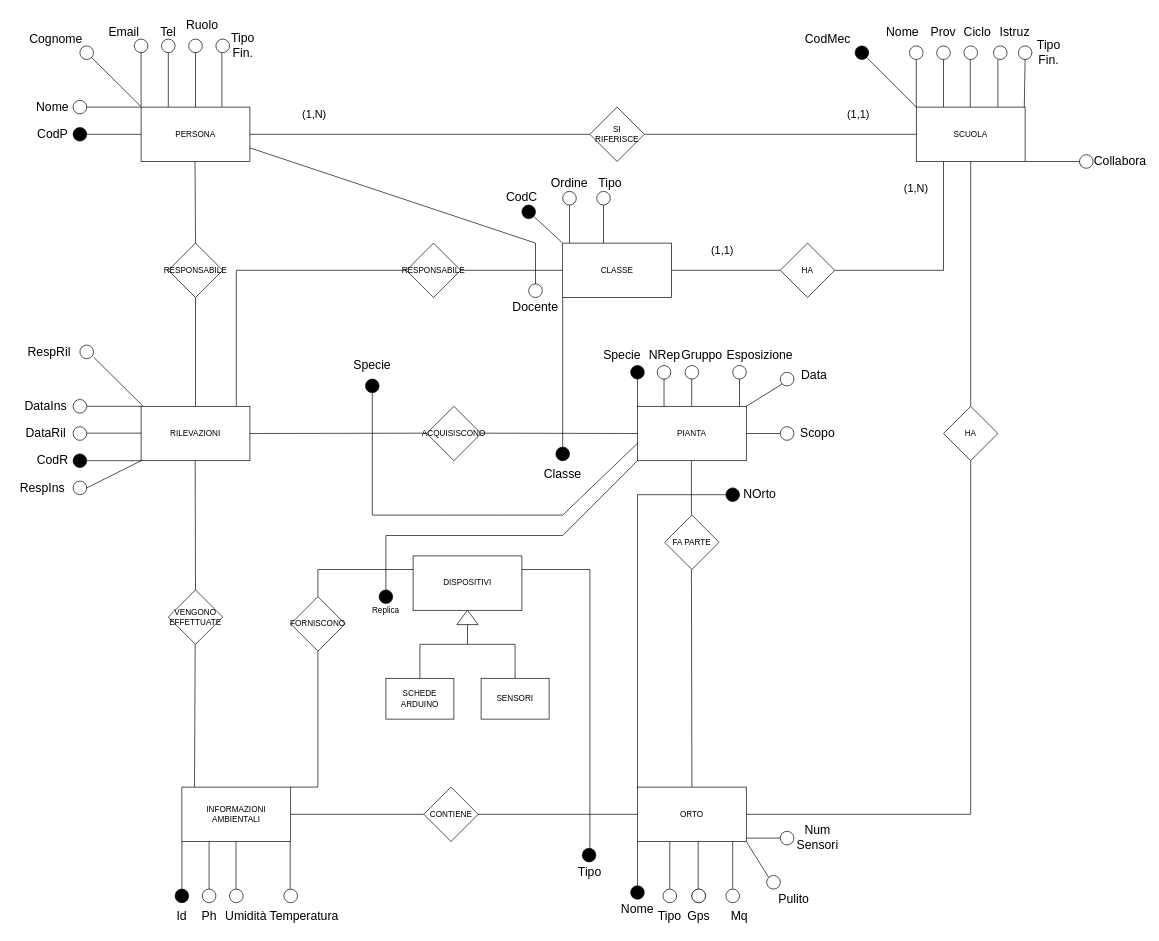
Above: BD_ER_2023.drawio in pizzo-kyle/unige (draw.io), before the change. Source tidied: cells renumbered, new cells numbered last; positions are measured from the earlier drawing's top-left corner, leaving out a move shared by most shapes. Both pictures are drawn from the tidied source at 68%, with x=0, y=0 at pixel (12, 12).
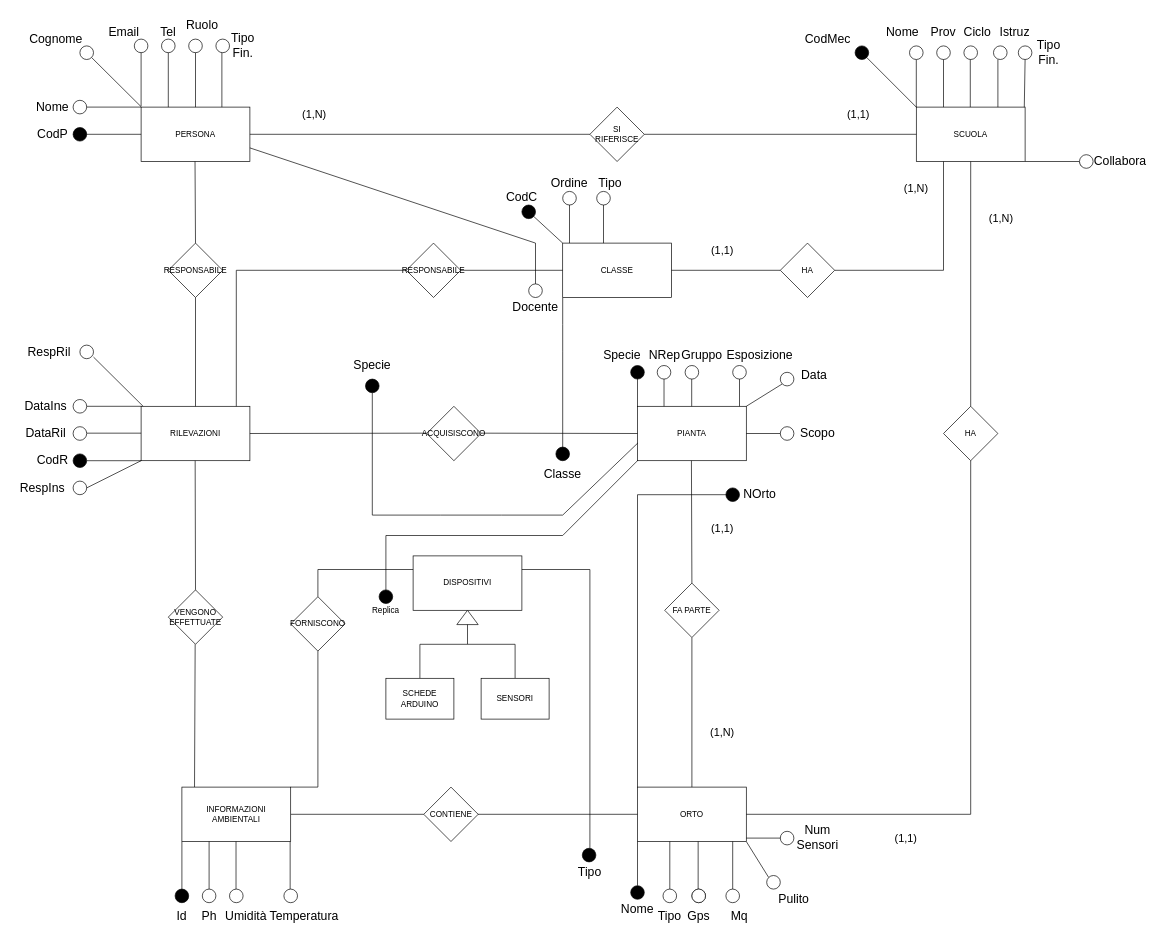
The same diagram, later.

The change refers to these unchanged cells:
```xml
<mxCell id="8" value="ORTO" style="rounded=0;whiteSpace=wrap;html=1;" parent="1" vertex="1">
  <mxGeometry x="920" y="1140" width="160" height="80" as="geometry" />
</mxCell>
```

The edit, as a diff of the source:
```diff
@@
-    <mxCell id="15" value="FA PARTE" style="rhombus;whiteSpace=wrap;html=1;" parent="1" vertex="1">
-      <mxGeometry x="960" y="740" width="80" height="80" as="geometry" />
-    </mxCell>
@@
-    <mxCell id="29" style="endArrow=none;html=1;rounded=0;exitX=0.5;exitY=0;exitDx=0;exitDy=0;entryX=0.5;entryY=1;entryDx=0;entryDy=0;" parent="1" edge="1">
+    <mxCell id="29" style="endArrow=none;html=1;rounded=0;exitX=0.5;exitY=0;exitDx=0;exitDy=0;entryX=0.5;entryY=1;entryDx=0;entryDy=0;" parent="1" edge="1" source="15">
       <mxGeometry relative="1" as="geometry">
-        <mxPoint x="999.3" y="740" as="sourcePoint" />
         <mxPoint x="999.3" y="660" as="targetPoint" />
       </mxGeometry>
     </mxCell>
-    <mxCell id="30" style="endArrow=none;html=1;rounded=0;entryX=0.5;entryY=1;entryDx=0;entryDy=0;exitX=0.5;exitY=0;exitDx=0;exitDy=0;" parent="1" edge="1" source="8">
-      <mxGeometry relative="1" as="geometry">
-        <mxPoint x="999.3" y="820" as="targetPoint" />
-      </mxGeometry>
-    </mxCell>
@@
+    <mxCell id="190" value="&lt;font style=&quot;font-size: 16px;&quot;&gt;(1,N)&lt;/font&gt;" style="text;html=1;strokeColor=none;fillColor=none;align=center;verticalAlign=middle;whiteSpace=wrap;rounded=0;" parent="1" vertex="1">
+      <mxGeometry x="1420" y="284" width="70" height="40" as="geometry" />
+    </mxCell>
+    <mxCell id="191" value="&lt;font style=&quot;font-size: 16px;&quot;&gt;(1,1)&lt;/font&gt;" style="text;html=1;strokeColor=none;fillColor=none;align=center;verticalAlign=middle;whiteSpace=wrap;rounded=0;" parent="1" vertex="1">
+      <mxGeometry x="1280" y="1195" width="70" height="40" as="geometry" />
+    </mxCell>
+    <mxCell id="192" value="&lt;font style=&quot;font-size: 16px;&quot;&gt;(1,N)&lt;/font&gt;" style="text;html=1;strokeColor=none;fillColor=none;align=center;verticalAlign=middle;whiteSpace=wrap;rounded=0;" parent="1" vertex="1">
+      <mxGeometry x="1010" y="1040" width="70" height="40" as="geometry" />
+    </mxCell>
+    <mxCell id="193" value="&lt;font style=&quot;font-size: 16px;&quot;&gt;(1,1)&lt;/font&gt;" style="text;html=1;strokeColor=none;fillColor=none;align=center;verticalAlign=middle;whiteSpace=wrap;rounded=0;" parent="1" vertex="1">
+      <mxGeometry x="1010" y="740" width="70" height="40" as="geometry" />
+    </mxCell>
+    <mxCell id="194" style="endArrow=none;html=1;rounded=0;entryX=0.5;entryY=1;entryDx=0;entryDy=0;exitX=0.5;exitY=0;exitDx=0;exitDy=0;" parent="1" edge="1" source="8" target="15">
+      <mxGeometry relative="1" as="geometry" />
+    </mxCell>
+    <mxCell id="15" value="FA PARTE" style="rhombus;whiteSpace=wrap;html=1;" parent="1" vertex="1">
+      <mxGeometry x="960" y="840" width="80" height="80" as="geometry" />
+    </mxCell>
```
